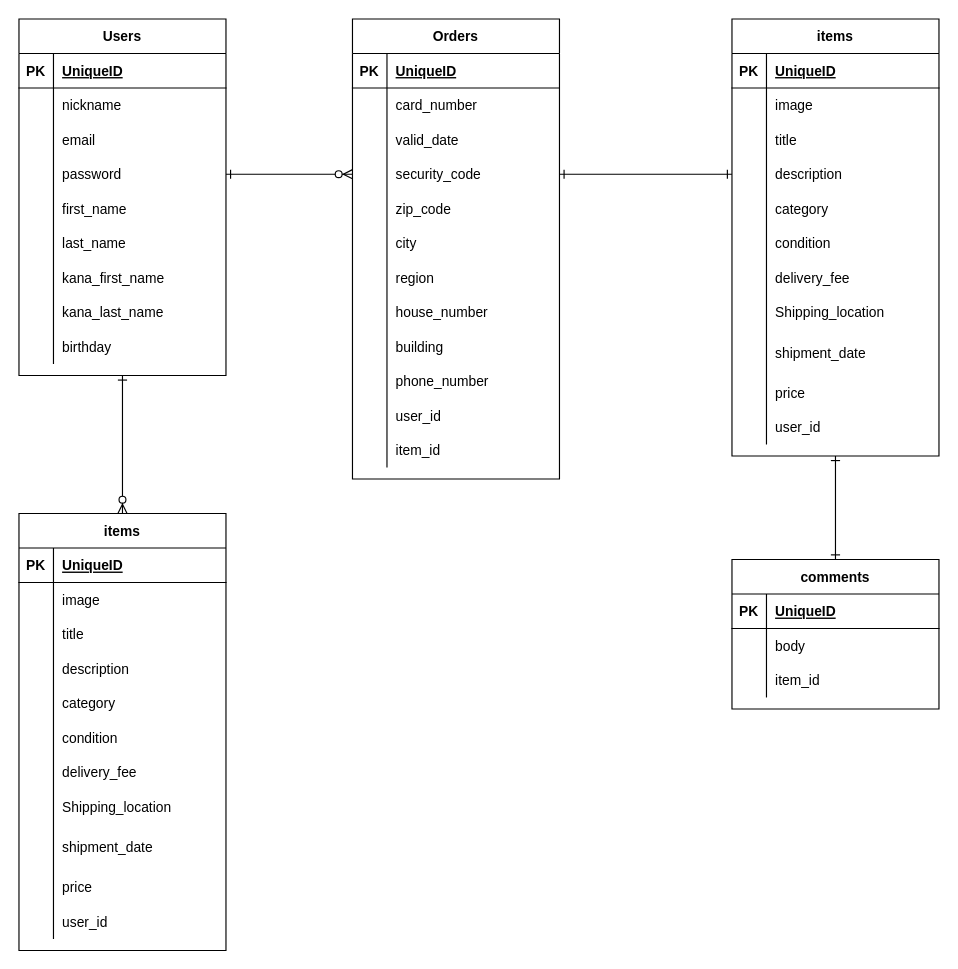
RealXiaoLin/copy-practice keeps this draw.io diagram as er.drawio. Above is the earlier version. Source tidied: cells renumbered, new cells numbered last; positions are measured from the earlier drawing's top-left corner, leaving out a move shared by most shapes. Both pictures are drawn from the tidied source at 115%, with x=0, y=0 at pixel (18, 18).
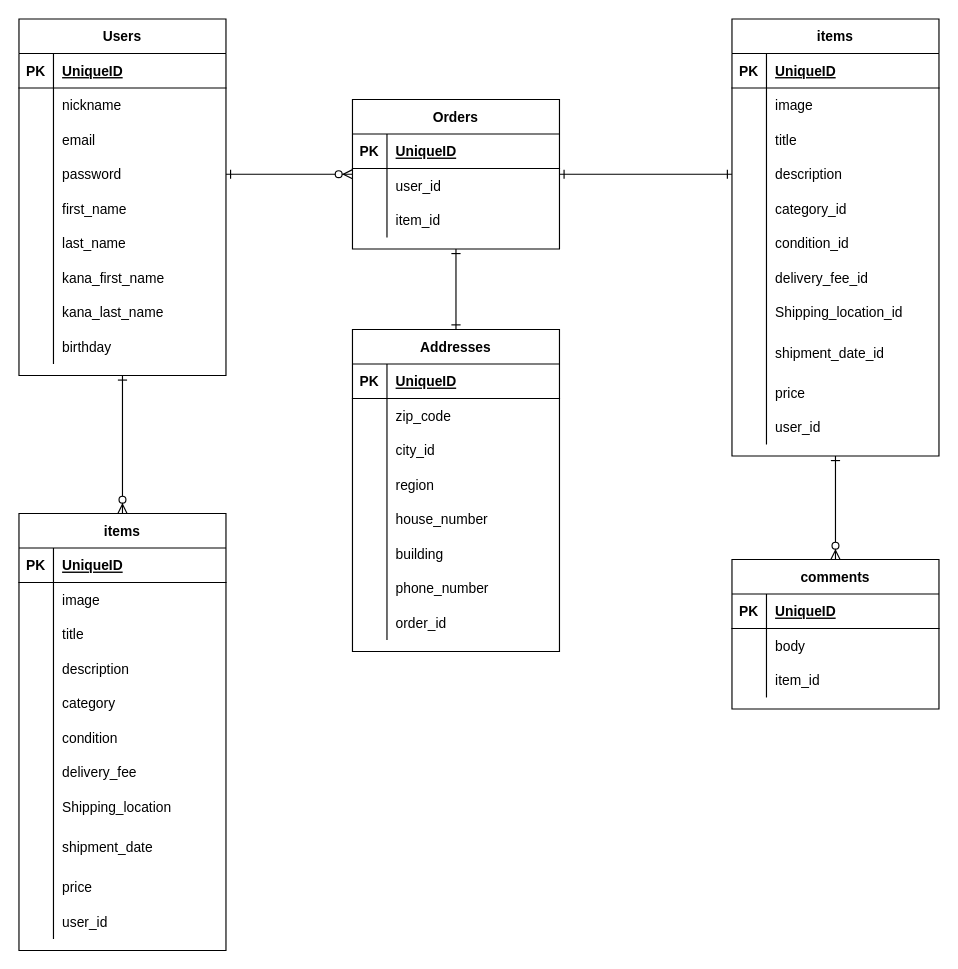
Above is the later version.

Commit message (it also covers changes not shown here):
データベース設計内容修正

Unchanged cells that the change refers to:
```xml
<mxCell id="42" value="items" style="shape=table;startSize=30;childLayout=tableLayout;rowLines=0;fontStyle=1;align=center;" parent="1" vertex="1">
  <mxGeometry x="620" width="180" height="380" as="geometry" />
</mxCell>
<mxCell id="52" style="shape=partialRectangle;fillColor=none;top=0;left=0;bottom=0;right=0;points=[[0,0.5],[1,0.5]];portConstraint=eastwest;" parent="42" vertex="1">
  <mxGeometry y="120" width="180" height="30" as="geometry" />
</mxCell>
<mxCell id="55" style="shape=partialRectangle;fillColor=none;top=0;left=0;bottom=0;right=0;" parent="42" vertex="1">
  <mxGeometry y="150" width="180" height="30" as="geometry" />
</mxCell>
<mxCell id="58" style="shape=partialRectangle;fillColor=none;top=0;left=0;bottom=0;right=0;" parent="42" vertex="1">
  <mxGeometry y="180" width="180" height="30" as="geometry" />
</mxCell>
<mxCell id="61" style="shape=partialRectangle;fillColor=none;top=0;left=0;bottom=0;right=0;" parent="42" vertex="1">
  <mxGeometry y="210" width="180" height="30" as="geometry" />
</mxCell>
<mxCell id="64" style="shape=partialRectangle;fillColor=none;top=0;left=0;bottom=0;right=0;" parent="42" vertex="1">
  <mxGeometry y="240" width="180" height="30" as="geometry" />
</mxCell>
<mxCell id="67" style="shape=partialRectangle;fillColor=none;top=0;left=0;bottom=0;right=0;" parent="42" vertex="1">
  <mxGeometry y="270" width="180" height="40" as="geometry" />
</mxCell>
<mxCell id="87" style="shape=partialRectangle;fillColor=none;top=0;left=0;bottom=0;right=0;points=[[0,0.5],[1,0.5]];portConstraint=eastwest;" parent="77" vertex="1">
  <mxGeometry y="120" width="180" height="30" as="geometry" />
</mxCell>
<mxCell id="105" value="comments" style="shape=table;startSize=30;childLayout=tableLayout;rowLines=0;fontStyle=1;align=center;" parent="1" vertex="1">
  <mxGeometry x="620" y="470" width="180" height="130" as="geometry" />
</mxCell>
```

The edit, as a diff of the source:
```diff
@@
-    <mxCell id="2" style="edgeStyle=none;rounded=0;jettySize=auto;html=1;entryX=1;entryY=0.5;entryDx=0;entryDy=0;startArrow=ERzeroToMany;startFill=1;endArrow=ERone;endFill=0;exitX=0;exitY=0.5;exitDx=0;exitDy=0;" parent="1" edge="1" source="14" target="87">
-      <mxGeometry relative="1" as="geometry" />
+    <mxCell id="2" style="edgeStyle=none;rounded=0;jettySize=auto;html=1;entryX=1;entryY=0.5;entryDx=0;entryDy=0;startArrow=ERzeroToMany;startFill=1;endArrow=ERone;endFill=0;exitX=0;exitY=0.5;exitDx=0;exitDy=0;" parent="1" edge="1" target="87">
+      <mxGeometry relative="1" as="geometry">
+        <mxPoint x="290" y="135" as="sourcePoint" />
+      </mxGeometry>
     </mxCell>
-    <mxCell id="3" style="edgeStyle=none;rounded=0;jettySize=auto;html=1;entryX=0;entryY=0.5;entryDx=0;entryDy=0;startArrow=ERone;startFill=0;endArrow=ERone;endFill=0;exitX=1;exitY=0.5;exitDx=0;exitDy=0;" parent="1" edge="1" source="14" target="52">
-      <mxGeometry relative="1" as="geometry" />
+    <mxCell id="3" style="edgeStyle=none;rounded=0;jettySize=auto;html=1;entryX=0;entryY=0.5;entryDx=0;entryDy=0;startArrow=ERone;startFill=0;endArrow=ERone;endFill=0;exitX=1;exitY=0.5;exitDx=0;exitDy=0;" parent="1" edge="1" target="52">
+      <mxGeometry relative="1" as="geometry">
+        <mxPoint x="470" y="135" as="sourcePoint" />
+      </mxGeometry>
     </mxCell>
-    <mxCell id="4" value="Orders" style="shape=table;startSize=30;childLayout=tableLayout;rowLines=0;fontStyle=1;align=center;" parent="1" vertex="1">
-      <mxGeometry x="290" width="180" height="400" as="geometry" />
-    </mxCell>
-    <mxCell id="5" style="shape=partialRectangle;fillColor=none;top=0;left=0;bottom=1;right=0;" parent="4" vertex="1">
-      <mxGeometry y="30" width="180" height="30" as="geometry" />
-    </mxCell>
-    <mxCell id="6" value="PK" style="shape=partialRectangle;fillColor=none;top=0;left=0;bottom=0;right=0;fontStyle=1;overflow=hidden;" parent="5" vertex="1">
-      <mxGeometry width="30" height="30" as="geometry" />
-    </mxCell>
-    <mxCell id="7" value="UniqueID" style="shape=partialRectangle;fillColor=none;top=0;left=0;bottom=0;right=0;align=left;spacingLeft=6;fontStyle=5;overflow=hidden;" parent="5" vertex="1">
-      <mxGeometry x="30" width="150" height="30" as="geometry" />
-    </mxCell>
-    <mxCell id="8" style="shape=partialRectangle;fillColor=none;top=0;left=0;bottom=0;right=0;" parent="4" vertex="1">
-      <mxGeometry y="60" width="180" height="30" as="geometry" />
-    </mxCell>
-    <mxCell id="9" style="shape=partialRectangle;fillColor=none;top=0;left=0;bottom=0;right=0;overflow=hidden;" parent="8" vertex="1">
-      <mxGeometry width="30" height="30" as="geometry" />
-    </mxCell>
-    <mxCell id="10" value="card_number" style="shape=partialRectangle;fillColor=none;top=0;left=0;bottom=0;right=0;align=left;spacingLeft=6;overflow=hidden;" parent="8" vertex="1">
-      <mxGeometry x="30" width="150" height="30" as="geometry" />
-    </mxCell>
-    <mxCell id="11" style="shape=partialRectangle;fillColor=none;top=0;left=0;bottom=0;right=0;" parent="4" vertex="1">
-      <mxGeometry y="90" width="180" height="30" as="geometry" />
-    </mxCell>
-    <mxCell id="12" style="shape=partialRectangle;fillColor=none;top=0;left=0;bottom=0;right=0;overflow=hidden;" parent="11" vertex="1">
-      <mxGeometry width="30" height="30" as="geometry" />
-    </mxCell>
-    <mxCell id="13" value="valid_date" style="shape=partialRectangle;fillColor=none;top=0;left=0;bottom=0;right=0;align=left;spacingLeft=6;overflow=hidden;" parent="11" vertex="1">
-      <mxGeometry x="30" width="150" height="30" as="geometry" />
-    </mxCell>
-    <mxCell id="14" style="shape=partialRectangle;fillColor=none;top=0;left=0;bottom=0;right=0;points=[[0,0.5],[1,0.5]];portConstraint=eastwest;" parent="4" vertex="1">
-      <mxGeometry y="120" width="180" height="30" as="geometry" />
-    </mxCell>
-    <mxCell id="15" style="shape=partialRectangle;fillColor=none;top=0;left=0;bottom=0;right=0;overflow=hidden;" parent="14" vertex="1">
-      <mxGeometry width="30" height="30" as="geometry" />
-    </mxCell>
-    <mxCell id="16" value="security_code" style="shape=partialRectangle;fillColor=none;top=0;left=0;bottom=0;right=0;align=left;spacingLeft=6;overflow=hidden;" parent="14" vertex="1">
-      <mxGeometry x="30" width="150" height="30" as="geometry" />
-    </mxCell>
-    <mxCell id="17" style="shape=partialRectangle;fillColor=none;top=0;left=0;bottom=0;right=0;" parent="4" vertex="1">
-      <mxGeometry y="150" width="180" height="30" as="geometry" />
-    </mxCell>
-    <mxCell id="18" style="shape=partialRectangle;fillColor=none;top=0;left=0;bottom=0;right=0;overflow=hidden;" parent="17" vertex="1">
-      <mxGeometry width="30" height="30" as="geometry" />
-    </mxCell>
-    <mxCell id="19" value="zip_code" style="shape=partialRectangle;fillColor=none;top=0;left=0;bottom=0;right=0;align=left;spacingLeft=6;overflow=hidden;" parent="17" vertex="1">
-      <mxGeometry x="30" width="150" height="30" as="geometry" />
-    </mxCell>
-    <mxCell id="20" style="shape=partialRectangle;fillColor=none;top=0;left=0;bottom=0;right=0;" parent="4" vertex="1">
-      <mxGeometry y="180" width="180" height="30" as="geometry" />
-    </mxCell>
-    <mxCell id="21" style="shape=partialRectangle;fillColor=none;top=0;left=0;bottom=0;right=0;overflow=hidden;" parent="20" vertex="1">
-      <mxGeometry width="30" height="30" as="geometry" />
-    </mxCell>
-    <mxCell id="22" value="city" style="shape=partialRectangle;fillColor=none;top=0;left=0;bottom=0;right=0;align=left;spacingLeft=6;overflow=hidden;" parent="20" vertex="1">
-      <mxGeometry x="30" width="150" height="30" as="geometry" />
-    </mxCell>
-    <mxCell id="23" style="shape=partialRectangle;fillColor=none;top=0;left=0;bottom=0;right=0;" parent="4" vertex="1">
-      <mxGeometry y="210" width="180" height="30" as="geometry" />
-    </mxCell>
-    <mxCell id="24" style="shape=partialRectangle;fillColor=none;top=0;left=0;bottom=0;right=0;overflow=hidden;" parent="23" vertex="1">
-      <mxGeometry width="30" height="30" as="geometry" />
-    </mxCell>
-    <mxCell id="25" value="region" style="shape=partialRectangle;fillColor=none;top=0;left=0;bottom=0;right=0;align=left;spacingLeft=6;overflow=hidden;" parent="23" vertex="1">
-      <mxGeometry x="30" width="150" height="30" as="geometry" />
-    </mxCell>
-    <mxCell id="26" style="shape=partialRectangle;fillColor=none;top=0;left=0;bottom=0;right=0;" parent="4" vertex="1">
-      <mxGeometry y="240" width="180" height="30" as="geometry" />
-    </mxCell>
-    <mxCell id="27" style="shape=partialRectangle;fillColor=none;top=0;left=0;bottom=0;right=0;overflow=hidden;" parent="26" vertex="1">
-      <mxGeometry width="30" height="30" as="geometry" />
-    </mxCell>
-    <mxCell id="28" value="house_number" style="shape=partialRectangle;fillColor=none;top=0;left=0;bottom=0;right=0;align=left;spacingLeft=6;overflow=hidden;" parent="26" vertex="1">
-      <mxGeometry x="30" width="150" height="30" as="geometry" />
-    </mxCell>
-    <mxCell id="29" style="shape=partialRectangle;fillColor=none;top=0;left=0;bottom=0;right=0;" parent="4" vertex="1">
-      <mxGeometry y="270" width="180" height="30" as="geometry" />
-    </mxCell>
-    <mxCell id="30" style="shape=partialRectangle;fillColor=none;top=0;left=0;bottom=0;right=0;overflow=hidden;" parent="29" vertex="1">
-      <mxGeometry width="30" height="30" as="geometry" />
-    </mxCell>
-    <mxCell id="31" value="building" style="shape=partialRectangle;fillColor=none;top=0;left=0;bottom=0;right=0;align=left;spacingLeft=6;overflow=hidden;" parent="29" vertex="1">
-      <mxGeometry x="30" width="150" height="30" as="geometry" />
-    </mxCell>
-    <mxCell id="32" style="shape=partialRectangle;fillColor=none;top=0;left=0;bottom=0;right=0;" parent="4" vertex="1">
-      <mxGeometry y="300" width="180" height="30" as="geometry" />
-    </mxCell>
-    <mxCell id="33" style="shape=partialRectangle;fillColor=none;top=0;left=0;bottom=0;right=0;overflow=hidden;" parent="32" vertex="1">
-      <mxGeometry width="30" height="30" as="geometry" />
-    </mxCell>
-    <mxCell id="34" value="phone_number" style="shape=partialRectangle;fillColor=none;top=0;left=0;bottom=0;right=0;align=left;spacingLeft=6;overflow=hidden;" parent="32" vertex="1">
-      <mxGeometry x="30" width="150" height="30" as="geometry" />
-    </mxCell>
-    <mxCell id="35" style="shape=partialRectangle;fillColor=none;top=0;left=0;bottom=0;right=0;" parent="4" vertex="1">
-      <mxGeometry y="330" width="180" height="30" as="geometry" />
-    </mxCell>
-    <mxCell id="36" style="shape=partialRectangle;fillColor=none;top=0;left=0;bottom=0;right=0;overflow=hidden;" parent="35" vertex="1">
-      <mxGeometry width="30" height="30" as="geometry" />
-    </mxCell>
-    <mxCell id="37" value="user_id" style="shape=partialRectangle;fillColor=none;top=0;left=0;bottom=0;right=0;align=left;spacingLeft=6;overflow=hidden;" parent="35" vertex="1">
-      <mxGeometry x="30" width="150" height="30" as="geometry" />
-    </mxCell>
-    <mxCell id="38" style="shape=partialRectangle;fillColor=none;top=0;left=0;bottom=0;right=0;" parent="4" vertex="1">
-      <mxGeometry y="360" width="180" height="30" as="geometry" />
-    </mxCell>
-    <mxCell id="39" style="shape=partialRectangle;fillColor=none;top=0;left=0;bottom=0;right=0;overflow=hidden;" parent="38" vertex="1">
-      <mxGeometry width="30" height="30" as="geometry" />
-    </mxCell>
-    <mxCell id="40" value="item_id" style="shape=partialRectangle;fillColor=none;top=0;left=0;bottom=0;right=0;align=left;spacingLeft=6;overflow=hidden;" parent="38" vertex="1">
-      <mxGeometry x="30" width="150" height="30" as="geometry" />
-    </mxCell>
+    <mxCell id="149" style="edgeStyle=orthogonalEdgeStyle;rounded=0;jettySize=auto;html=1;entryX=0.5;entryY=0;entryDx=0;entryDy=0;startArrow=ERone;startFill=0;endArrow=ERone;endFill=0;" parent="1" edge="1" source="4" target="150">
+      <mxGeometry relative="1" as="geometry" />
+    </mxCell>
-    <mxCell id="41" style="edgeStyle=none;rounded=0;jettySize=auto;html=1;entryX=0.5;entryY=0;entryDx=0;entryDy=0;startArrow=ERone;startFill=0;endArrow=ERone;endFill=0;" parent="1" edge="1" source="42" target="105">
+    <mxCell id="41" style="edgeStyle=none;rounded=0;jettySize=auto;html=1;entryX=0.5;entryY=0;entryDx=0;entryDy=0;startArrow=ERone;startFill=0;endArrow=ERzeroToMany;endFill=1;" parent="1" edge="1" source="42" target="105">
       <mxGeometry relative="1" as="geometry" />
     </mxCell>
@@
-    <mxCell id="57" value="category" style="shape=partialRectangle;fillColor=none;top=0;left=0;bottom=0;right=0;align=left;spacingLeft=6;overflow=hidden;" parent="55" vertex="1">
+    <mxCell id="57" value="category_id" style="shape=partialRectangle;fillColor=none;top=0;left=0;bottom=0;right=0;align=left;spacingLeft=6;overflow=hidden;" parent="55" vertex="1">
       <mxGeometry x="30" width="150" height="30" as="geometry" />
     </mxCell>
@@
-    <mxCell id="60" value="condition" style="shape=partialRectangle;fillColor=none;top=0;left=0;bottom=0;right=0;align=left;spacingLeft=6;overflow=hidden;" parent="58" vertex="1">
+    <mxCell id="60" value="condition_id" style="shape=partialRectangle;fillColor=none;top=0;left=0;bottom=0;right=0;align=left;spacingLeft=6;overflow=hidden;" parent="58" vertex="1">
       <mxGeometry x="30" width="150" height="30" as="geometry" />
     </mxCell>
@@
-    <mxCell id="63" value="delivery_fee" style="shape=partialRectangle;fillColor=none;top=0;left=0;bottom=0;right=0;align=left;spacingLeft=6;overflow=hidden;" parent="61" vertex="1">
+    <mxCell id="63" value="delivery_fee_id" style="shape=partialRectangle;fillColor=none;top=0;left=0;bottom=0;right=0;align=left;spacingLeft=6;overflow=hidden;" parent="61" vertex="1">
       <mxGeometry x="30" width="150" height="30" as="geometry" />
     </mxCell>
@@
-    <mxCell id="66" value="Shipping_location" style="shape=partialRectangle;fillColor=none;top=0;left=0;bottom=0;right=0;align=left;spacingLeft=6;overflow=hidden;" parent="64" vertex="1">
+    <mxCell id="66" value="Shipping_location_id" style="shape=partialRectangle;fillColor=none;top=0;left=0;bottom=0;right=0;align=left;spacingLeft=6;overflow=hidden;" parent="64" vertex="1">
       <mxGeometry x="30" width="150" height="30" as="geometry" />
     </mxCell>
@@
-    <mxCell id="69" value="shipment_date" style="shape=partialRectangle;fillColor=none;top=0;left=0;bottom=0;right=0;align=left;spacingLeft=6;overflow=hidden;" parent="67" vertex="1">
+    <mxCell id="69" value="shipment_date_id" style="shape=partialRectangle;fillColor=none;top=0;left=0;bottom=0;right=0;align=left;spacingLeft=6;overflow=hidden;" parent="67" vertex="1">
       <mxGeometry x="30" width="150" height="40" as="geometry" />
     </mxCell>
@@
+    <mxCell id="4" value="Orders" style="shape=table;startSize=30;childLayout=tableLayout;rowLines=0;fontStyle=1;align=center;" parent="1" vertex="1">
+      <mxGeometry x="290" y="70" width="180" height="130" as="geometry" />
+    </mxCell>
+    <mxCell id="5" style="shape=partialRectangle;fillColor=none;top=0;left=0;bottom=1;right=0;" parent="4" vertex="1">
+      <mxGeometry y="30" width="180" height="30" as="geometry" />
+    </mxCell>
+    <mxCell id="6" value="PK" style="shape=partialRectangle;fillColor=none;top=0;left=0;bottom=0;right=0;fontStyle=1;overflow=hidden;" parent="5" vertex="1">
+      <mxGeometry width="30" height="30" as="geometry" />
+    </mxCell>
+    <mxCell id="7" value="UniqueID" style="shape=partialRectangle;fillColor=none;top=0;left=0;bottom=0;right=0;align=left;spacingLeft=6;fontStyle=5;overflow=hidden;" parent="5" vertex="1">
+      <mxGeometry x="30" width="150" height="30" as="geometry" />
+    </mxCell>
+    <mxCell id="35" style="shape=partialRectangle;fillColor=none;top=0;left=0;bottom=0;right=0;" parent="4" vertex="1">
+      <mxGeometry y="60" width="180" height="30" as="geometry" />
+    </mxCell>
+    <mxCell id="36" style="shape=partialRectangle;fillColor=none;top=0;left=0;bottom=0;right=0;overflow=hidden;" parent="35" vertex="1">
+      <mxGeometry width="30" height="30" as="geometry" />
+    </mxCell>
+    <mxCell id="37" value="user_id" style="shape=partialRectangle;fillColor=none;top=0;left=0;bottom=0;right=0;align=left;spacingLeft=6;overflow=hidden;" parent="35" vertex="1">
+      <mxGeometry x="30" width="150" height="30" as="geometry" />
+    </mxCell>
+    <mxCell id="38" style="shape=partialRectangle;fillColor=none;top=0;left=0;bottom=0;right=0;" parent="4" vertex="1">
+      <mxGeometry y="90" width="180" height="30" as="geometry" />
+    </mxCell>
+    <mxCell id="39" style="shape=partialRectangle;fillColor=none;top=0;left=0;bottom=0;right=0;overflow=hidden;" parent="38" vertex="1">
+      <mxGeometry width="30" height="30" as="geometry" />
+    </mxCell>
+    <mxCell id="40" value="item_id" style="shape=partialRectangle;fillColor=none;top=0;left=0;bottom=0;right=0;align=left;spacingLeft=6;overflow=hidden;" parent="38" vertex="1">
+      <mxGeometry x="30" width="150" height="30" as="geometry" />
+    </mxCell>
+    <mxCell id="150" value="Addresses" style="shape=table;startSize=30;childLayout=tableLayout;rowLines=0;fontStyle=1;align=center;" parent="1" vertex="1">
+      <mxGeometry x="290" y="270" width="180" height="280" as="geometry" />
+    </mxCell>
+    <mxCell id="151" style="shape=partialRectangle;fillColor=none;top=0;left=0;bottom=1;right=0;" parent="150" vertex="1">
+      <mxGeometry y="30" width="180" height="30" as="geometry" />
+    </mxCell>
+    <mxCell id="152" value="PK" style="shape=partialRectangle;fillColor=none;top=0;left=0;bottom=0;right=0;fontStyle=1;overflow=hidden;" parent="151" vertex="1">
+      <mxGeometry width="30" height="30" as="geometry" />
+    </mxCell>
+    <mxCell id="153" value="UniqueID" style="shape=partialRectangle;fillColor=none;top=0;left=0;bottom=0;right=0;align=left;spacingLeft=6;fontStyle=5;overflow=hidden;" parent="151" vertex="1">
+      <mxGeometry x="30" width="150" height="30" as="geometry" />
+    </mxCell>
+    <mxCell id="8" style="shape=partialRectangle;fillColor=none;top=0;left=0;bottom=0;right=0;" parent="150" vertex="1">
+      <mxGeometry y="60" width="180" height="30" as="geometry" />
+    </mxCell>
+    <mxCell id="154" style="shape=partialRectangle;fillColor=none;top=0;left=0;bottom=0;right=0;overflow=hidden;" parent="8" vertex="1">
+      <mxGeometry width="30" height="30" as="geometry" />
+    </mxCell>
+    <mxCell id="19" value="zip_code" style="shape=partialRectangle;fillColor=none;top=0;left=0;bottom=0;right=0;align=left;spacingLeft=6;overflow=hidden;" parent="8" vertex="1">
+      <mxGeometry x="30" width="150" height="30" as="geometry" />
+    </mxCell>
+    <mxCell id="11" style="shape=partialRectangle;fillColor=none;top=0;left=0;bottom=0;right=0;" parent="150" vertex="1">
+      <mxGeometry y="90" width="180" height="30" as="geometry" />
+    </mxCell>
+    <mxCell id="155" style="shape=partialRectangle;fillColor=none;top=0;left=0;bottom=0;right=0;overflow=hidden;" parent="11" vertex="1">
+      <mxGeometry width="30" height="30" as="geometry" />
+    </mxCell>
+    <mxCell id="156" value="city_id" style="shape=partialRectangle;fillColor=none;top=0;left=0;bottom=0;right=0;align=left;spacingLeft=6;overflow=hidden;" parent="11" vertex="1">
+      <mxGeometry x="30" width="150" height="30" as="geometry" />
+    </mxCell>
+    <mxCell id="14" style="shape=partialRectangle;fillColor=none;top=0;left=0;bottom=0;right=0;points=[[0,0.5],[1,0.5]];portConstraint=eastwest;" parent="150" vertex="1">
+      <mxGeometry y="120" width="180" height="30" as="geometry" />
+    </mxCell>
+    <mxCell id="157" style="shape=partialRectangle;fillColor=none;top=0;left=0;bottom=0;right=0;overflow=hidden;" parent="14" vertex="1">
+      <mxGeometry width="30" height="30" as="geometry" />
+    </mxCell>
+    <mxCell id="25" value="region" style="shape=partialRectangle;fillColor=none;top=0;left=0;bottom=0;right=0;align=left;spacingLeft=6;overflow=hidden;" parent="14" vertex="1">
+      <mxGeometry x="30" width="150" height="30" as="geometry" />
+    </mxCell>
+    <mxCell id="17" style="shape=partialRectangle;fillColor=none;top=0;left=0;bottom=0;right=0;" parent="150" vertex="1">
+      <mxGeometry y="150" width="180" height="30" as="geometry" />
+    </mxCell>
+    <mxCell id="158" style="shape=partialRectangle;fillColor=none;top=0;left=0;bottom=0;right=0;overflow=hidden;" parent="17" vertex="1">
+      <mxGeometry width="30" height="30" as="geometry" />
+    </mxCell>
+    <mxCell id="28" value="house_number" style="shape=partialRectangle;fillColor=none;top=0;left=0;bottom=0;right=0;align=left;spacingLeft=6;overflow=hidden;" parent="17" vertex="1">
+      <mxGeometry x="30" width="150" height="30" as="geometry" />
+    </mxCell>
+    <mxCell id="20" style="shape=partialRectangle;fillColor=none;top=0;left=0;bottom=0;right=0;" parent="150" vertex="1">
+      <mxGeometry y="180" width="180" height="30" as="geometry" />
+    </mxCell>
+    <mxCell id="159" style="shape=partialRectangle;fillColor=none;top=0;left=0;bottom=0;right=0;overflow=hidden;" parent="20" vertex="1">
+      <mxGeometry width="30" height="30" as="geometry" />
+    </mxCell>
+    <mxCell id="31" value="building" style="shape=partialRectangle;fillColor=none;top=0;left=0;bottom=0;right=0;align=left;spacingLeft=6;overflow=hidden;" parent="20" vertex="1">
+      <mxGeometry x="30" width="150" height="30" as="geometry" />
+    </mxCell>
+    <mxCell id="23" style="shape=partialRectangle;fillColor=none;top=0;left=0;bottom=0;right=0;" parent="150" vertex="1">
+      <mxGeometry y="210" width="180" height="30" as="geometry" />
+    </mxCell>
+    <mxCell id="160" style="shape=partialRectangle;fillColor=none;top=0;left=0;bottom=0;right=0;overflow=hidden;" parent="23" vertex="1">
+      <mxGeometry width="30" height="30" as="geometry" />
+    </mxCell>
+    <mxCell id="34" value="phone_number" style="shape=partialRectangle;fillColor=none;top=0;left=0;bottom=0;right=0;align=left;spacingLeft=6;overflow=hidden;" parent="23" vertex="1">
+      <mxGeometry x="30" width="150" height="30" as="geometry" />
+    </mxCell>
+    <mxCell id="26" style="shape=partialRectangle;fillColor=none;top=0;left=0;bottom=0;right=0;" parent="150" vertex="1">
+      <mxGeometry y="240" width="180" height="30" as="geometry" />
+    </mxCell>
+    <mxCell id="161" style="shape=partialRectangle;fillColor=none;top=0;left=0;bottom=0;right=0;overflow=hidden;" parent="26" vertex="1">
+      <mxGeometry width="30" height="30" as="geometry" />
+    </mxCell>
+    <mxCell id="162" value="order_id" style="shape=partialRectangle;fillColor=none;top=0;left=0;bottom=0;right=0;align=left;spacingLeft=6;overflow=hidden;" parent="26" vertex="1">
+      <mxGeometry x="30" width="150" height="30" as="geometry" />
+    </mxCell>
```
